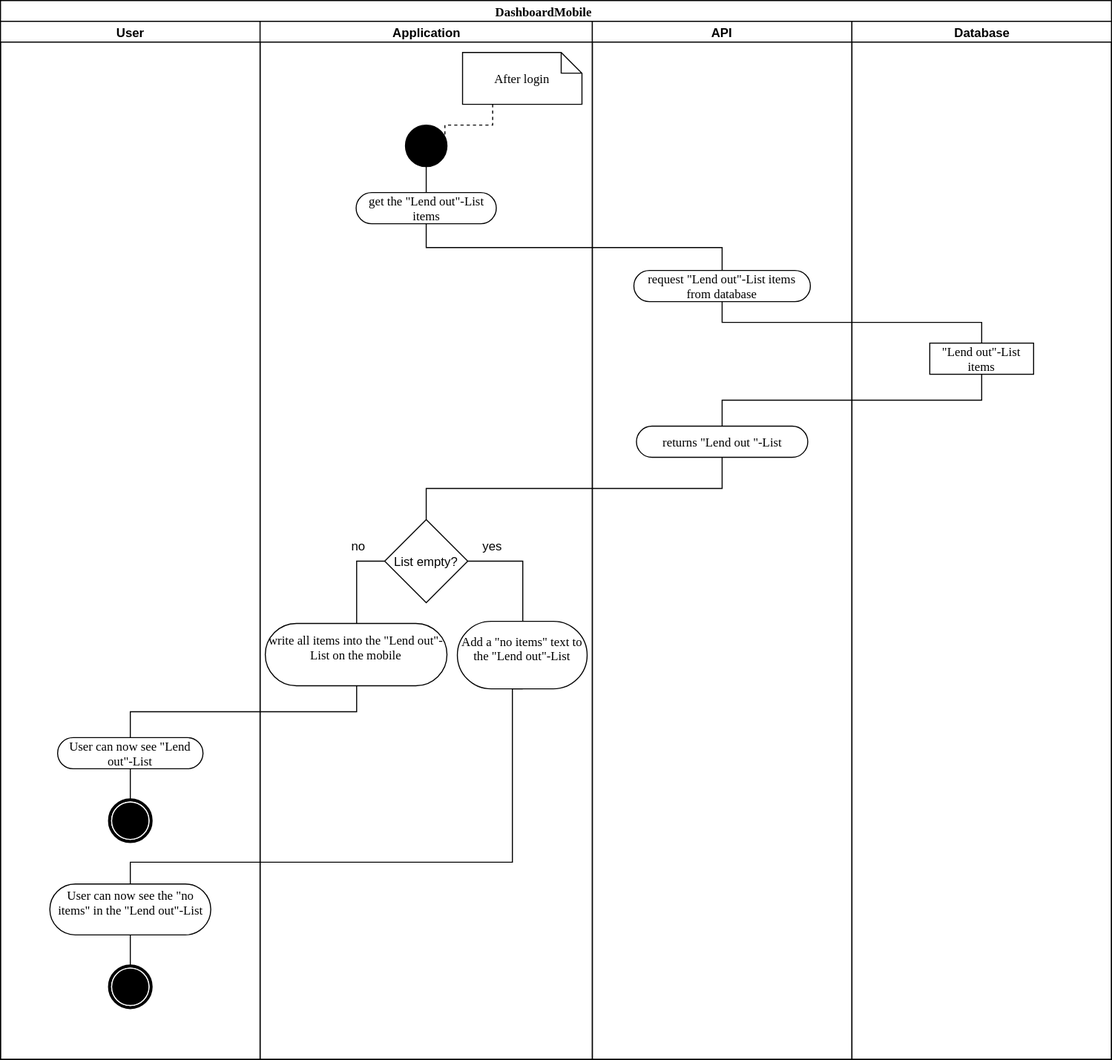
Above: recources/Use Cases/Dashboard Mobile/DashboardAndroidDiagram.svg in KeepThings/KeepThingsWeb (draw.io), before the change. Source tidied: cells renumbered, new cells last; positions are measured from the earlier drawing's top-left corner, leaving out a move shared by most shapes. The source it was exported from:
```xml
<mxGraphModel background="#ffffff">
  <root>
    <mxCell id="0" />
    <mxCell id="1" parent="0" />
    <mxCell id="2" value="DashboardMobile" style="swimlane;html=1;startSize=20;rounded=0;shadow=0;comic=0;labelBackgroundColor=none;strokeColor=#000000;strokeWidth=1;fillColor=#ffffff;fontFamily=Verdana;fontSize=12;fontColor=#000000;align=center;" parent="1" vertex="1">
      <mxGeometry width="1070" height="1020" as="geometry" />
    </mxCell>
    <mxCell id="3" value="User" style="swimlane;html=1;startSize=20;" parent="2" vertex="1">
      <mxGeometry y="20" width="250" height="1000" as="geometry" />
    </mxCell>
    <mxCell id="4" style="edgeStyle=orthogonalEdgeStyle;rounded=0;html=1;exitX=0.5;exitY=1;entryX=0.5;entryY=0;endArrow=none;endFill=0;jettySize=auto;" parent="3" edge="1" source="5" target="6">
      <mxGeometry relative="1" as="geometry" />
    </mxCell>
    <mxCell id="5" value="User can now see &quot;Lend out&quot;-List" style="rounded=1;whiteSpace=wrap;html=1;shadow=0;comic=0;labelBackgroundColor=none;strokeColor=#000000;strokeWidth=1;fillColor=#ffffff;fontFamily=Verdana;fontSize=12;fontColor=#000000;align=center;arcSize=50;" parent="3" vertex="1">
      <mxGeometry x="55" y="690" width="140" height="30" as="geometry" />
    </mxCell>
    <mxCell id="6" style="shape=mxgraph.bpmn.shape;html=1;verticalLabelPosition=bottom;labelBackgroundColor=#ffffff;verticalAlign=top;perimeter=ellipsePerimeter;outline=end;symbol=terminate;rounded=0;shadow=0;comic=0;strokeColor=#000000;strokeWidth=1;fillColor=#ffffff;fontFamily=Verdana;fontSize=12;fontColor=#000000;align=center;" parent="3" vertex="1">
      <mxGeometry x="105" y="750" width="40" height="40" as="geometry" />
    </mxCell>
    <mxCell id="7" style="edgeStyle=orthogonalEdgeStyle;rounded=0;html=1;exitX=0.5;exitY=1;entryX=0.5;entryY=0;endArrow=none;endFill=0;jettySize=auto;" parent="3" edge="1" source="8" target="9">
      <mxGeometry relative="1" as="geometry" />
    </mxCell>
    <mxCell id="8" value="User can now see the &quot;no items&quot; in the &quot;Lend out&quot;-List" style="rounded=1;whiteSpace=wrap;html=1;shadow=0;comic=0;labelBackgroundColor=none;strokeColor=#000000;strokeWidth=1;fillColor=#ffffff;fontFamily=Verdana;fontSize=12;fontColor=#000000;align=center;arcSize=50;" parent="3" vertex="1">
      <mxGeometry x="47.5" y="831" width="155" height="49" as="geometry" />
    </mxCell>
    <mxCell id="9" style="shape=mxgraph.bpmn.shape;html=1;verticalLabelPosition=bottom;labelBackgroundColor=#ffffff;verticalAlign=top;perimeter=ellipsePerimeter;outline=end;symbol=terminate;rounded=0;shadow=0;comic=0;strokeColor=#000000;strokeWidth=1;fillColor=#ffffff;fontFamily=Verdana;fontSize=12;fontColor=#000000;align=center;" parent="3" vertex="1">
      <mxGeometry x="105" y="910" width="40" height="40" as="geometry" />
    </mxCell>
    <mxCell id="10" style="edgeStyle=orthogonalEdgeStyle;rounded=0;html=1;exitX=0.5;exitY=1;endArrow=none;endFill=0;jettySize=auto;" parent="2" edge="1" source="18" target="5">
      <mxGeometry relative="1" as="geometry" />
    </mxCell>
    <mxCell id="11" style="edgeStyle=orthogonalEdgeStyle;rounded=0;html=1;exitX=0.5;exitY=0;entryX=0.5;entryY=1;endArrow=none;endFill=0;jettySize=auto;" parent="2" edge="1" source="8" target="22">
      <mxGeometry relative="1" as="geometry">
        <Array as="points">
          <mxPoint x="125" y="830" />
          <mxPoint x="493" y="830" />
        </Array>
      </mxGeometry>
    </mxCell>
    <mxCell id="12" value="Application&lt;br&gt;" style="swimlane;html=1;startSize=20;" parent="2" vertex="1">
      <mxGeometry x="250" y="20" width="320" height="1000" as="geometry" />
    </mxCell>
    <mxCell id="13" style="ellipse;whiteSpace=wrap;html=1;rounded=0;shadow=0;comic=0;labelBackgroundColor=none;strokeColor=#000000;strokeWidth=1;fillColor=#000000;fontFamily=Verdana;fontSize=12;fontColor=#000000;align=center;" parent="12" vertex="1">
      <mxGeometry x="140" y="100" width="40" height="40" as="geometry" />
    </mxCell>
    <mxCell id="14" style="edgeStyle=orthogonalEdgeStyle;rounded=0;html=1;exitX=0.25;exitY=1;entryX=0.95;entryY=0.325;entryPerimeter=0;endArrow=none;endFill=0;jettySize=auto;dashed=1;" parent="12" edge="1" source="15" target="13">
      <mxGeometry relative="1" as="geometry" />
    </mxCell>
    <mxCell id="15" value="After login" style="shape=note;whiteSpace=wrap;html=1;rounded=0;shadow=0;comic=0;labelBackgroundColor=none;strokeColor=#000000;strokeWidth=1;fillColor=#ffffff;fontFamily=Verdana;fontSize=12;fontColor=#000000;align=center;size=20;" parent="12" vertex="1">
      <mxGeometry x="195" y="30" width="115" height="50" as="geometry" />
    </mxCell>
    <mxCell id="16" value="get the &quot;Lend out&quot;-List items" style="rounded=1;whiteSpace=wrap;html=1;shadow=0;comic=0;labelBackgroundColor=none;strokeColor=#000000;strokeWidth=1;fillColor=#ffffff;fontFamily=Verdana;fontSize=12;fontColor=#000000;align=center;arcSize=50;" parent="12" vertex="1">
      <mxGeometry x="92.5" y="165" width="135" height="30" as="geometry" />
    </mxCell>
    <mxCell id="17" style="edgeStyle=orthogonalEdgeStyle;rounded=0;html=1;exitX=0.5;exitY=1;entryX=0.5;entryY=0;endArrow=none;endFill=0;jettySize=auto;" parent="12" edge="1" source="13" target="16">
      <mxGeometry relative="1" as="geometry" />
    </mxCell>
    <mxCell id="18" value="write all items into the &quot;Lend out&quot;-List on the mobile" style="rounded=1;whiteSpace=wrap;html=1;shadow=0;comic=0;labelBackgroundColor=none;strokeColor=#000000;strokeWidth=1;fillColor=#ffffff;fontFamily=Verdana;fontSize=12;fontColor=#000000;align=center;arcSize=50;" parent="12" vertex="1">
      <mxGeometry x="5" y="580" width="175" height="60" as="geometry" />
    </mxCell>
    <mxCell id="19" style="edgeStyle=orthogonalEdgeStyle;rounded=0;html=1;exitX=0;exitY=0.5;entryX=0.5;entryY=0;endArrow=none;endFill=0;jettySize=auto;" parent="12" edge="1" source="21" target="18">
      <mxGeometry relative="1" as="geometry" />
    </mxCell>
    <mxCell id="20" style="edgeStyle=orthogonalEdgeStyle;rounded=0;html=1;exitX=1;exitY=0.5;entryX=0.5;entryY=0;endArrow=none;endFill=0;jettySize=auto;" parent="12" edge="1" source="21" target="22">
      <mxGeometry relative="1" as="geometry" />
    </mxCell>
    <mxCell id="21" value="List empty?&lt;br&gt;" style="rhombus;whiteSpace=wrap;html=1;" parent="12" vertex="1">
      <mxGeometry x="120" y="480" width="80" height="80" as="geometry" />
    </mxCell>
    <mxCell id="22" value="Add a &quot;no items&quot; text to the &quot;Lend out&quot;-List" style="rounded=1;whiteSpace=wrap;html=1;shadow=0;comic=0;labelBackgroundColor=none;strokeColor=#000000;strokeWidth=1;fillColor=#ffffff;fontFamily=Verdana;fontSize=12;fontColor=#000000;align=center;arcSize=50;" parent="12" vertex="1">
      <mxGeometry x="190" y="578" width="125" height="65" as="geometry" />
    </mxCell>
    <mxCell id="23" value="no&lt;br&gt;" style="text;html=1;strokeColor=none;fillColor=none;align=center;verticalAlign=middle;whiteSpace=wrap;rounded=0;" parent="12" vertex="1">
      <mxGeometry x="75" y="495" width="40" height="20" as="geometry" />
    </mxCell>
    <mxCell id="24" value="yes&lt;br&gt;" style="text;html=1;strokeColor=none;fillColor=none;align=center;verticalAlign=middle;whiteSpace=wrap;rounded=0;" parent="12" vertex="1">
      <mxGeometry x="202.5" y="495" width="40" height="20" as="geometry" />
    </mxCell>
    <mxCell id="25" value="API" style="swimlane;html=1;startSize=20;" parent="2" vertex="1">
      <mxGeometry x="570" y="20" width="250" height="1000" as="geometry" />
    </mxCell>
    <mxCell id="26" value="request &quot;Lend out&quot;-List items from database" style="rounded=1;whiteSpace=wrap;html=1;shadow=0;comic=0;labelBackgroundColor=none;strokeColor=#000000;strokeWidth=1;fillColor=#ffffff;fontFamily=Verdana;fontSize=12;fontColor=#000000;align=center;arcSize=50;" parent="25" vertex="1">
      <mxGeometry x="40" y="240" width="170" height="30" as="geometry" />
    </mxCell>
    <mxCell id="27" value="returns &quot;Lend out &quot;-List" style="rounded=1;whiteSpace=wrap;html=1;shadow=0;comic=0;labelBackgroundColor=none;strokeColor=#000000;strokeWidth=1;fillColor=#ffffff;fontFamily=Verdana;fontSize=12;fontColor=#000000;align=center;arcSize=50;" parent="25" vertex="1">
      <mxGeometry x="42.5" y="390" width="165" height="30" as="geometry" />
    </mxCell>
    <mxCell id="28" style="edgeStyle=orthogonalEdgeStyle;rounded=0;html=1;exitX=0.5;exitY=1;endArrow=none;endFill=0;jettySize=auto;" parent="2" edge="1" source="26" target="30">
      <mxGeometry relative="1" as="geometry" />
    </mxCell>
    <mxCell id="29" value="Database" style="swimlane;html=1;startSize=20;" parent="2" vertex="1">
      <mxGeometry x="820" y="20" width="250" height="1000" as="geometry" />
    </mxCell>
    <mxCell id="30" value="&quot;Lend out&quot;-List items" style="rounded=0;whiteSpace=wrap;html=1;shadow=0;comic=0;labelBackgroundColor=none;strokeColor=#000000;strokeWidth=1;fillColor=#ffffff;fontFamily=Verdana;fontSize=12;fontColor=#000000;align=center;arcSize=50;" parent="29" vertex="1">
      <mxGeometry x="75" y="310" width="100" height="30" as="geometry" />
    </mxCell>
    <mxCell id="31" style="edgeStyle=orthogonalEdgeStyle;rounded=0;html=1;exitX=0.5;exitY=1;entryX=0.5;entryY=0;endArrow=none;endFill=0;jettySize=auto;" parent="2" edge="1" source="16" target="26">
      <mxGeometry relative="1" as="geometry" />
    </mxCell>
    <mxCell id="32" style="edgeStyle=orthogonalEdgeStyle;rounded=0;html=1;exitX=0.5;exitY=1;entryX=0.5;entryY=0;endArrow=none;endFill=0;jettySize=auto;" parent="2" edge="1" source="30" target="27">
      <mxGeometry relative="1" as="geometry" />
    </mxCell>
    <mxCell id="33" style="edgeStyle=orthogonalEdgeStyle;rounded=0;html=1;exitX=0.5;exitY=1;entryX=0.5;entryY=0;endArrow=none;endFill=0;jettySize=auto;" parent="2" edge="1" source="27" target="21">
      <mxGeometry relative="1" as="geometry" />
    </mxCell>
  </root>
</mxGraphModel>
```
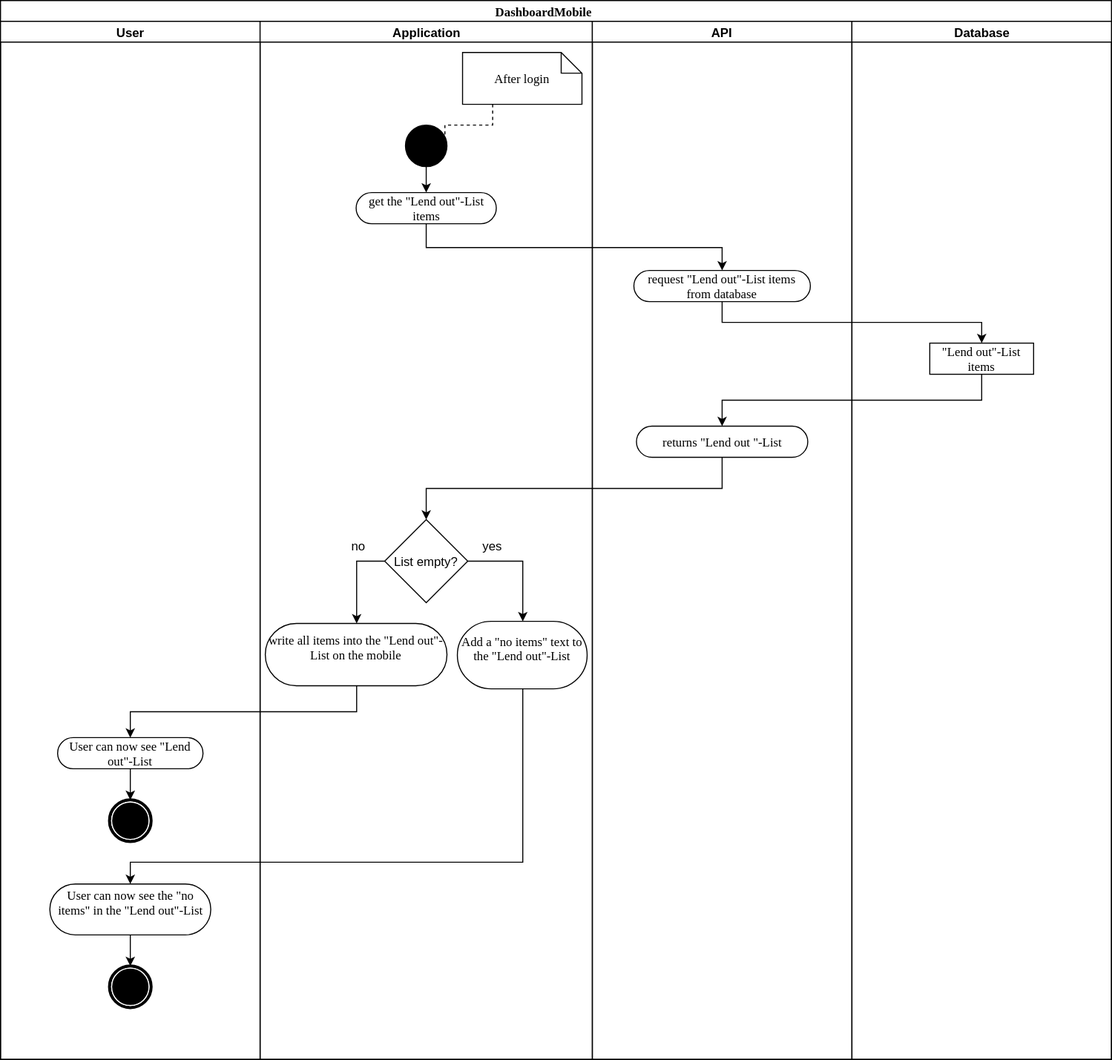
After the change.

Change to the diagram source:
```diff
@@ -8,7 +8,7 @@
     <mxCell id="3" value="User" style="swimlane;html=1;startSize=20;" parent="2" vertex="1">
       <mxGeometry y="20" width="250" height="1000" as="geometry" />
     </mxCell>
-    <mxCell id="4" style="edgeStyle=orthogonalEdgeStyle;rounded=0;html=1;exitX=0.5;exitY=1;entryX=0.5;entryY=0;endArrow=none;endFill=0;jettySize=auto;" parent="3" edge="1" source="5" target="6">
+    <mxCell id="4" style="edgeStyle=orthogonalEdgeStyle;rounded=0;html=1;exitX=0.5;exitY=1;entryX=0.5;entryY=0;endArrow=classic;endFill=1;jettySize=auto;" parent="3" edge="1" source="5" target="6">
       <mxGeometry relative="1" as="geometry" />
     </mxCell>
     <mxCell id="5" value="User can now see &quot;Lend out&quot;-List" style="rounded=1;whiteSpace=wrap;html=1;shadow=0;comic=0;labelBackgroundColor=none;strokeColor=#000000;strokeWidth=1;fillColor=#ffffff;fontFamily=Verdana;fontSize=12;fontColor=#000000;align=center;arcSize=50;" parent="3" vertex="1">
@@ -17,7 +17,7 @@
     <mxCell id="6" style="shape=mxgraph.bpmn.shape;html=1;verticalLabelPosition=bottom;labelBackgroundColor=#ffffff;verticalAlign=top;perimeter=ellipsePerimeter;outline=end;symbol=terminate;rounded=0;shadow=0;comic=0;strokeColor=#000000;strokeWidth=1;fillColor=#ffffff;fontFamily=Verdana;fontSize=12;fontColor=#000000;align=center;" parent="3" vertex="1">
       <mxGeometry x="105" y="750" width="40" height="40" as="geometry" />
     </mxCell>
-    <mxCell id="7" style="edgeStyle=orthogonalEdgeStyle;rounded=0;html=1;exitX=0.5;exitY=1;entryX=0.5;entryY=0;endArrow=none;endFill=0;jettySize=auto;" parent="3" edge="1" source="8" target="9">
+    <mxCell id="7" style="edgeStyle=orthogonalEdgeStyle;rounded=0;html=1;exitX=0.5;exitY=1;entryX=0.5;entryY=0;endArrow=classic;endFill=1;jettySize=auto;" parent="3" edge="1" source="8" target="9">
       <mxGeometry relative="1" as="geometry" />
     </mxCell>
     <mxCell id="8" value="User can now see the &quot;no items&quot; in the &quot;Lend out&quot;-List" style="rounded=1;whiteSpace=wrap;html=1;shadow=0;comic=0;labelBackgroundColor=none;strokeColor=#000000;strokeWidth=1;fillColor=#ffffff;fontFamily=Verdana;fontSize=12;fontColor=#000000;align=center;arcSize=50;" parent="3" vertex="1">
@@ -26,17 +26,9 @@
     <mxCell id="9" style="shape=mxgraph.bpmn.shape;html=1;verticalLabelPosition=bottom;labelBackgroundColor=#ffffff;verticalAlign=top;perimeter=ellipsePerimeter;outline=end;symbol=terminate;rounded=0;shadow=0;comic=0;strokeColor=#000000;strokeWidth=1;fillColor=#ffffff;fontFamily=Verdana;fontSize=12;fontColor=#000000;align=center;" parent="3" vertex="1">
       <mxGeometry x="105" y="910" width="40" height="40" as="geometry" />
     </mxCell>
-    <mxCell id="10" style="edgeStyle=orthogonalEdgeStyle;rounded=0;html=1;exitX=0.5;exitY=1;endArrow=none;endFill=0;jettySize=auto;" parent="2" edge="1" source="18" target="5">
+    <mxCell id="10" style="edgeStyle=orthogonalEdgeStyle;rounded=0;html=1;exitX=0.5;exitY=1;endArrow=classic;endFill=1;jettySize=auto;" parent="2" edge="1" source="18" target="5">
       <mxGeometry relative="1" as="geometry" />
     </mxCell>
-    <mxCell id="11" style="edgeStyle=orthogonalEdgeStyle;rounded=0;html=1;exitX=0.5;exitY=0;entryX=0.5;entryY=1;endArrow=none;endFill=0;jettySize=auto;" parent="2" edge="1" source="8" target="22">
-      <mxGeometry relative="1" as="geometry">
-        <Array as="points">
-          <mxPoint x="125" y="830" />
-          <mxPoint x="493" y="830" />
-        </Array>
-      </mxGeometry>
-    </mxCell>
     <mxCell id="12" value="Application&lt;br&gt;" style="swimlane;html=1;startSize=20;" parent="2" vertex="1">
       <mxGeometry x="250" y="20" width="320" height="1000" as="geometry" />
     </mxCell>
@@ -52,16 +44,16 @@
     <mxCell id="16" value="get the &quot;Lend out&quot;-List items" style="rounded=1;whiteSpace=wrap;html=1;shadow=0;comic=0;labelBackgroundColor=none;strokeColor=#000000;strokeWidth=1;fillColor=#ffffff;fontFamily=Verdana;fontSize=12;fontColor=#000000;align=center;arcSize=50;" parent="12" vertex="1">
       <mxGeometry x="92.5" y="165" width="135" height="30" as="geometry" />
     </mxCell>
-    <mxCell id="17" style="edgeStyle=orthogonalEdgeStyle;rounded=0;html=1;exitX=0.5;exitY=1;entryX=0.5;entryY=0;endArrow=none;endFill=0;jettySize=auto;" parent="12" edge="1" source="13" target="16">
+    <mxCell id="17" style="edgeStyle=orthogonalEdgeStyle;rounded=0;html=1;exitX=0.5;exitY=1;entryX=0.5;entryY=0;endArrow=classic;endFill=1;jettySize=auto;" parent="12" edge="1" source="13" target="16">
       <mxGeometry relative="1" as="geometry" />
     </mxCell>
     <mxCell id="18" value="write all items into the &quot;Lend out&quot;-List on the mobile" style="rounded=1;whiteSpace=wrap;html=1;shadow=0;comic=0;labelBackgroundColor=none;strokeColor=#000000;strokeWidth=1;fillColor=#ffffff;fontFamily=Verdana;fontSize=12;fontColor=#000000;align=center;arcSize=50;" parent="12" vertex="1">
       <mxGeometry x="5" y="580" width="175" height="60" as="geometry" />
     </mxCell>
-    <mxCell id="19" style="edgeStyle=orthogonalEdgeStyle;rounded=0;html=1;exitX=0;exitY=0.5;entryX=0.5;entryY=0;endArrow=none;endFill=0;jettySize=auto;" parent="12" edge="1" source="21" target="18">
+    <mxCell id="19" style="edgeStyle=orthogonalEdgeStyle;rounded=0;html=1;exitX=0;exitY=0.5;entryX=0.5;entryY=0;endArrow=classic;endFill=1;jettySize=auto;" parent="12" edge="1" source="21" target="18">
       <mxGeometry relative="1" as="geometry" />
     </mxCell>
-    <mxCell id="20" style="edgeStyle=orthogonalEdgeStyle;rounded=0;html=1;exitX=1;exitY=0.5;entryX=0.5;entryY=0;endArrow=none;endFill=0;jettySize=auto;" parent="12" edge="1" source="21" target="22">
+    <mxCell id="20" style="edgeStyle=orthogonalEdgeStyle;rounded=0;html=1;exitX=1;exitY=0.5;entryX=0.5;entryY=0;endArrow=classic;endFill=1;jettySize=auto;" parent="12" edge="1" source="21" target="22">
       <mxGeometry relative="1" as="geometry" />
     </mxCell>
     <mxCell id="21" value="List empty?&lt;br&gt;" style="rhombus;whiteSpace=wrap;html=1;" parent="12" vertex="1">
@@ -85,7 +77,7 @@
     <mxCell id="27" value="returns &quot;Lend out &quot;-List" style="rounded=1;whiteSpace=wrap;html=1;shadow=0;comic=0;labelBackgroundColor=none;strokeColor=#000000;strokeWidth=1;fillColor=#ffffff;fontFamily=Verdana;fontSize=12;fontColor=#000000;align=center;arcSize=50;" parent="25" vertex="1">
       <mxGeometry x="42.5" y="390" width="165" height="30" as="geometry" />
     </mxCell>
-    <mxCell id="28" style="edgeStyle=orthogonalEdgeStyle;rounded=0;html=1;exitX=0.5;exitY=1;endArrow=none;endFill=0;jettySize=auto;" parent="2" edge="1" source="26" target="30">
+    <mxCell id="28" style="edgeStyle=orthogonalEdgeStyle;rounded=0;html=1;exitX=0.5;exitY=1;endArrow=classic;endFill=1;jettySize=auto;" parent="2" edge="1" source="26" target="30">
       <mxGeometry relative="1" as="geometry" />
     </mxCell>
     <mxCell id="29" value="Database" style="swimlane;html=1;startSize=20;" parent="2" vertex="1">
@@ -94,14 +86,22 @@
     <mxCell id="30" value="&quot;Lend out&quot;-List items" style="rounded=0;whiteSpace=wrap;html=1;shadow=0;comic=0;labelBackgroundColor=none;strokeColor=#000000;strokeWidth=1;fillColor=#ffffff;fontFamily=Verdana;fontSize=12;fontColor=#000000;align=center;arcSize=50;" parent="29" vertex="1">
       <mxGeometry x="75" y="310" width="100" height="30" as="geometry" />
     </mxCell>
-    <mxCell id="31" style="edgeStyle=orthogonalEdgeStyle;rounded=0;html=1;exitX=0.5;exitY=1;entryX=0.5;entryY=0;endArrow=none;endFill=0;jettySize=auto;" parent="2" edge="1" source="16" target="26">
+    <mxCell id="31" style="edgeStyle=orthogonalEdgeStyle;rounded=0;html=1;exitX=0.5;exitY=1;entryX=0.5;entryY=0;endArrow=classic;endFill=1;jettySize=auto;" parent="2" edge="1" source="16" target="26">
       <mxGeometry relative="1" as="geometry" />
     </mxCell>
-    <mxCell id="32" style="edgeStyle=orthogonalEdgeStyle;rounded=0;html=1;exitX=0.5;exitY=1;entryX=0.5;entryY=0;endArrow=none;endFill=0;jettySize=auto;" parent="2" edge="1" source="30" target="27">
+    <mxCell id="32" style="edgeStyle=orthogonalEdgeStyle;rounded=0;html=1;exitX=0.5;exitY=1;entryX=0.5;entryY=0;endArrow=classic;endFill=1;jettySize=auto;" parent="2" edge="1" source="30" target="27">
       <mxGeometry relative="1" as="geometry" />
     </mxCell>
-    <mxCell id="33" style="edgeStyle=orthogonalEdgeStyle;rounded=0;html=1;exitX=0.5;exitY=1;entryX=0.5;entryY=0;endArrow=none;endFill=0;jettySize=auto;" parent="2" edge="1" source="27" target="21">
+    <mxCell id="33" style="edgeStyle=orthogonalEdgeStyle;rounded=0;html=1;exitX=0.5;exitY=1;entryX=0.5;entryY=0;endArrow=classic;endFill=1;jettySize=auto;" parent="2" edge="1" source="27" target="21">
       <mxGeometry relative="1" as="geometry" />
     </mxCell>
+    <mxCell id="34" style="edgeStyle=orthogonalEdgeStyle;rounded=0;html=1;exitX=0.5;exitY=1;entryX=0.5;entryY=0;endArrow=classic;endFill=1;jettySize=auto;" parent="2" edge="1" source="22" target="8">
+      <mxGeometry relative="1" as="geometry">
+        <Array as="points">
+          <mxPoint x="503" y="830" />
+          <mxPoint x="125" y="830" />
+        </Array>
+      </mxGeometry>
+    </mxCell>
   </root>
 </mxGraphModel>
```
